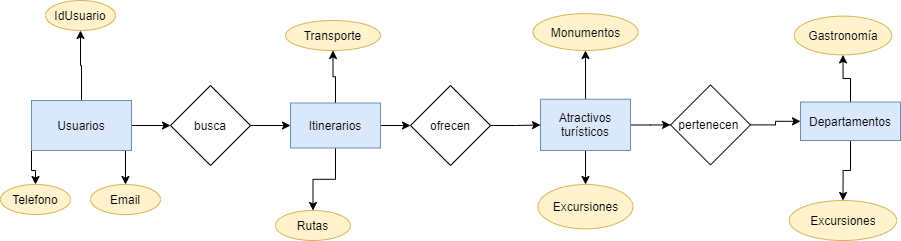
FullStackCatamarca/proyecto_g1-proyecto_Viajes365 keeps this draw.io diagram as Diagrama sin título.png. Above is the earlier version. Source tidied: cells renumbered, new cells last; positions are measured from the earlier drawing's top-left corner, leaving out a move shared by most shapes.
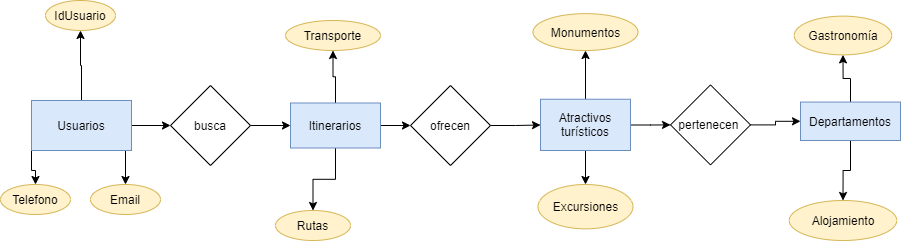
After the change.

Commit message:
DER Viajes365

Change to the diagram source:
```diff
@@ -92,7 +92,7 @@
     <mxCell id="31" value="Gastronomía" style="ellipse;whiteSpace=wrap;html=1;rounded=0;strokeColor=#d6b656;fillColor=#fff2cc;" parent="1" vertex="1">
       <mxGeometry x="793.8" y="15.6" width="97.5" height="38.8" as="geometry" />
     </mxCell>
-    <mxCell id="32" value="Excursiones" style="ellipse;whiteSpace=wrap;html=1;rounded=0;strokeColor=#d6b656;fillColor=#fff2cc;" parent="1" vertex="1">
+    <mxCell id="32" value="Alojamiento" style="ellipse;whiteSpace=wrap;html=1;rounded=0;strokeColor=#d6b656;fillColor=#fff2cc;" parent="1" vertex="1">
       <mxGeometry x="788.8" y="200" width="107.5" height="40" as="geometry" />
     </mxCell>
   </root>
```
